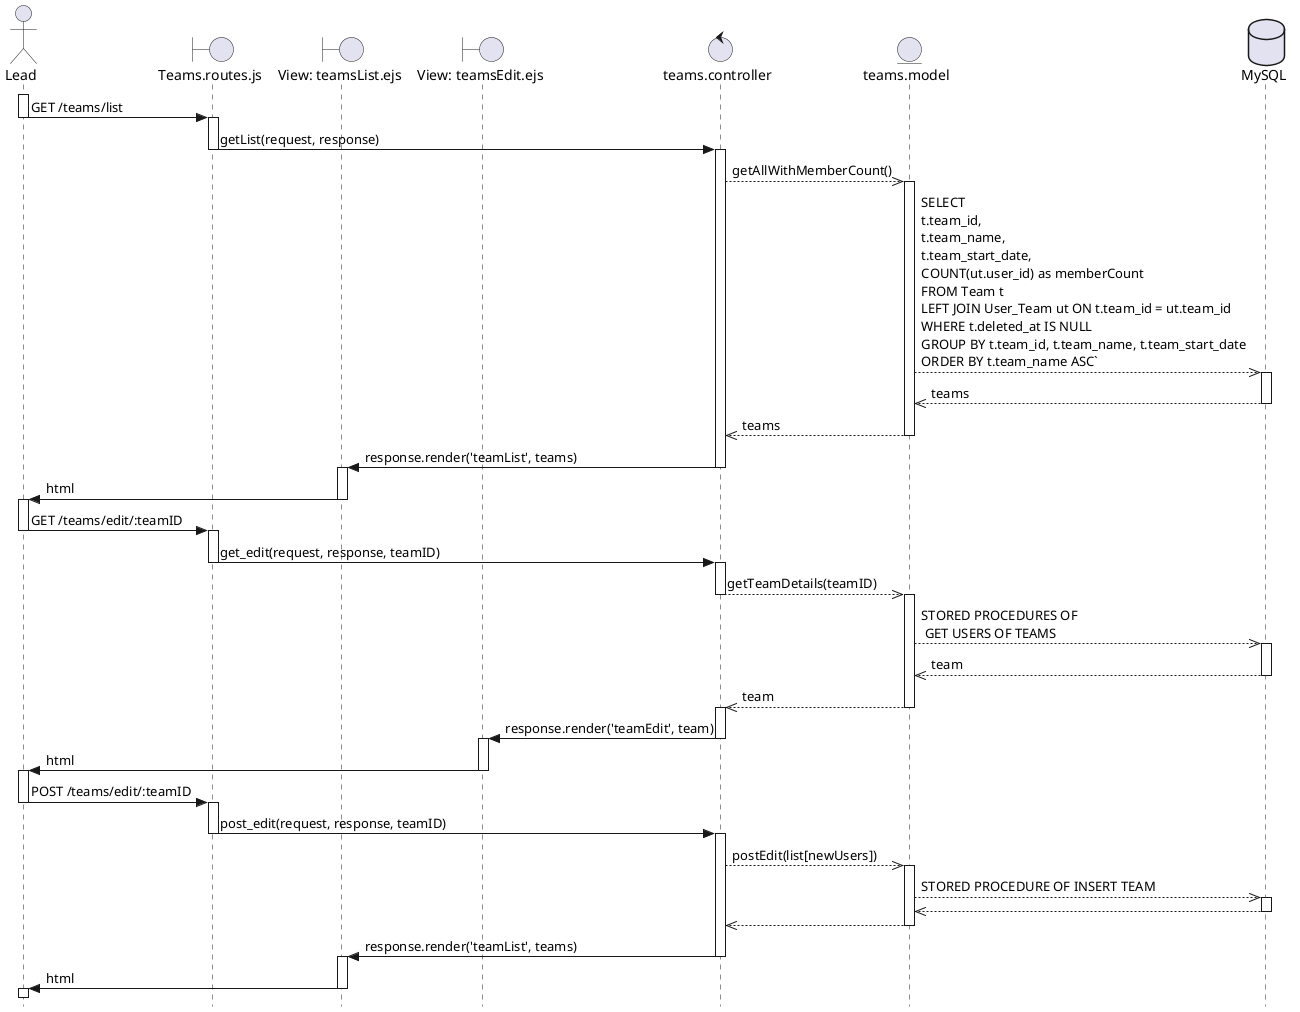
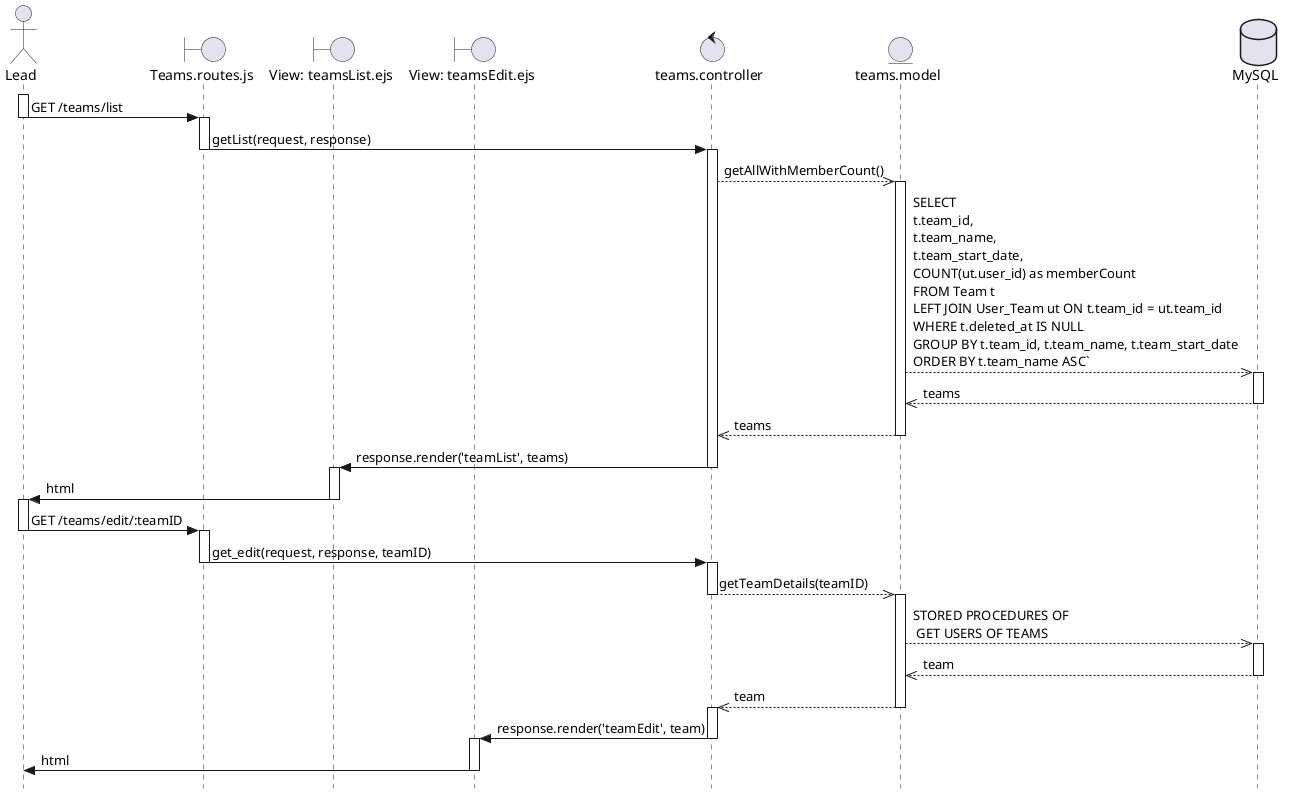
@startuml "Consult team"
skinparam style strictuml

actor Lead as U
boundary "Teams.routes.js" as RO
boundary "View: teamsList.ejs" as VL
boundary "View: teamsEdit.ejs" as VE
control "teams.controller" as C
entity "teams.model" as TM
database "MySQL" as BD

' Section about getting a list of teams '
activate U
U -> RO : GET /teams/list
deactivate U

activate RO
RO -> C : getList(request, response)
deactivate RO

activate C
C -->> TM : getAllWithMemberCount()
activate TM
TM -->> BD : SELECT \nt.team_id, \nt.team_name, \nt.team_start_date, \nCOUNT(ut.user_id) as memberCount \nFROM Team t \nLEFT JOIN User_Team ut ON t.team_id = ut.team_id \nWHERE t.deleted_at IS NULL \nGROUP BY t.team_id, t.team_name, t.team_start_date \nORDER BY t.team_name ASC`

activate BD
BD -->> TM : teams
deactivate BD
TM -->> C : teams
deactivate TM

C -> VL : response.render('teamList', teams)
deactivate C

activate VL
VL -> U : html
deactivate VL



' Section about getting the info of one team '
activate U
U -> RO : GET /teams/edit/:teamID
deactivate U

activate RO
RO -> C : get_edit(request, response, teamID)
deactivate RO

activate C
C -->> TM : getTeamDetails(teamID)
deactivate C

activate TM

TM -->> BD : STORED PROCEDURES OF \n GET USERS OF TEAMS
activate BD
BD -->> TM : team
deactivate BD

TM -->> C : team
deactivate TM
activate C
C -> VE : response.render('teamEdit', team)
deactivate C

activate VE
VE -> U : html
- deactivate VE
- 
- ' Section about posting the changes of users '
- activate U
- U -> RO : POST /teams/edit/:teamID
- deactivate U
- 
- activate RO
- RO -> C : post_edit(request, response, teamID)
- deactivate RO
- 
- activate C
- C -->> TM : postEdit(list[newUsers])
- 
- activate TM
- TM -->> BD : STORED PROCEDURE OF INSERT TEAM
- activate BD
- BD -->> TM :
- deactivate BD
- TM -->> C :
- deactivate TM
- C -> VL : response.render('teamList', teams)
- deactivate C
- 
- activate VL
- VL -> U : html
- deactivate VL
- activate U+ deactivate VE